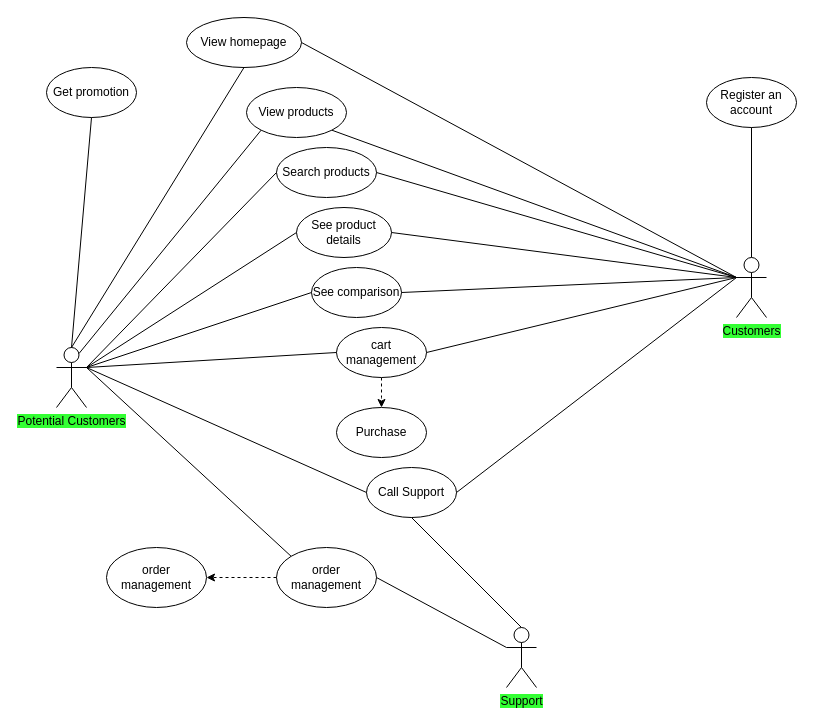
Above: Untitled Diagram.drawio in lamliam/lamliam (draw.io), before the change. Source tidied: cells renumbered, new cells numbered last; positions are measured from the earlier drawing's top-left corner, leaving out a move shared by most shapes. Both pictures are drawn from the tidied source at 100%, with x=0, y=0 at pixel (46, 17).
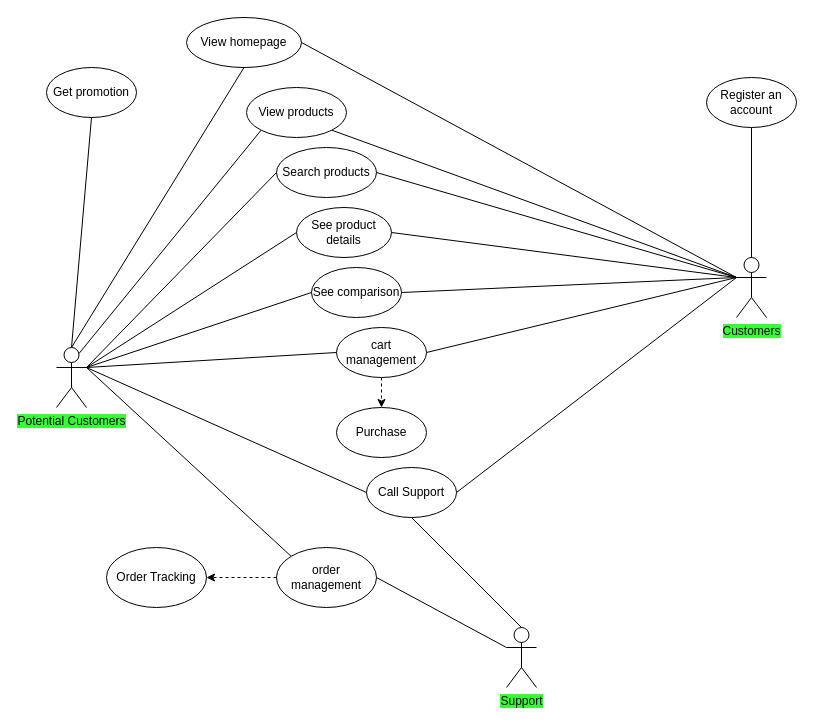
The same diagram, later.

Change to the diagram source:
```diff
@@
-    <mxCell id="28" value="order management" style="ellipse;whiteSpace=wrap;html=1;labelBackgroundColor=none;" parent="1" vertex="1">
+    <mxCell id="28" value="Order Tracking" style="ellipse;whiteSpace=wrap;html=1;labelBackgroundColor=none;" parent="1" vertex="1">
       <mxGeometry x="60" y="530" width="100" height="60" as="geometry" />
     </mxCell>
```
